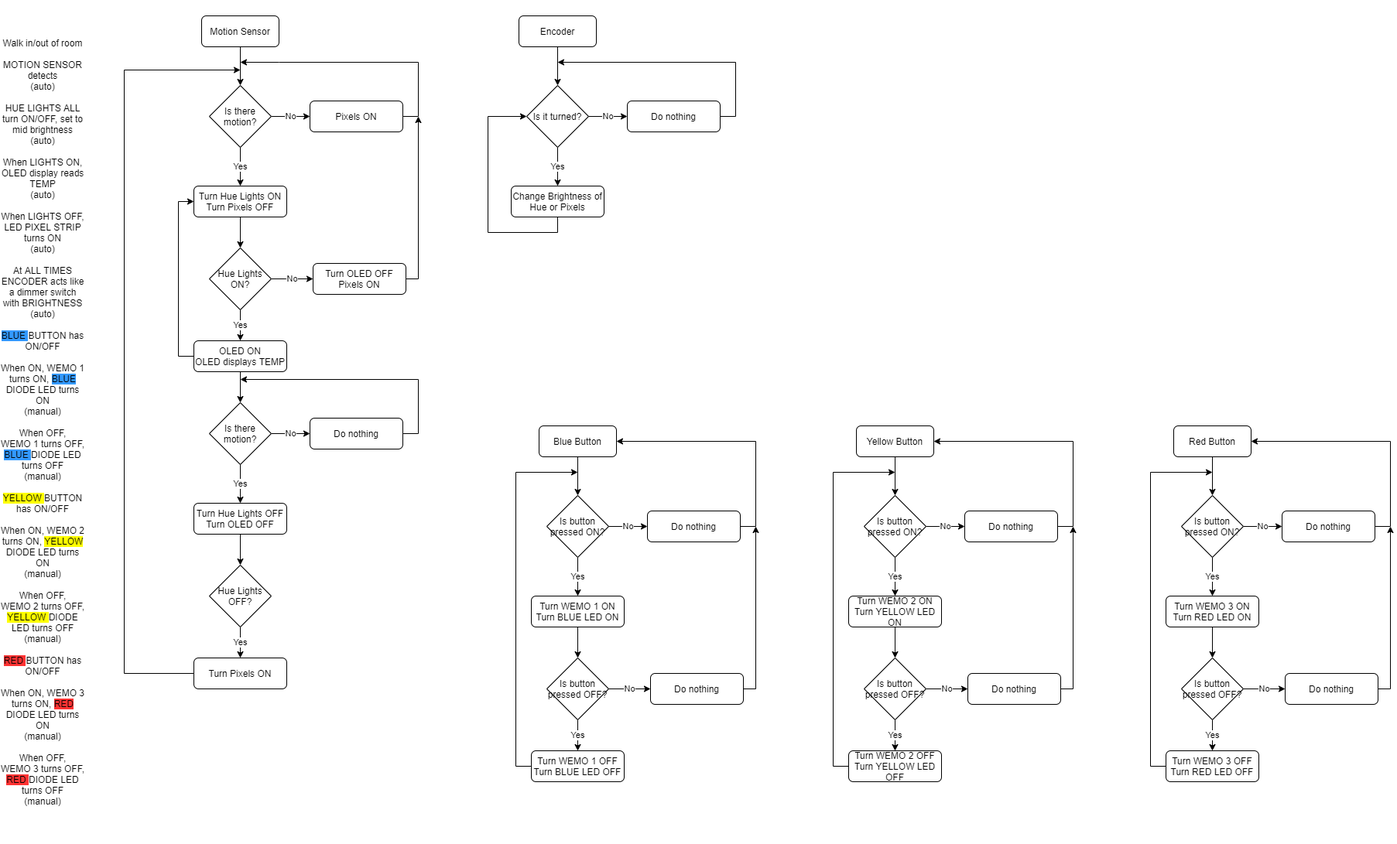
Earlier version of the draw.io export Midterm_Project/Midterm Flowcharts.png (JanelSanchez/Smart-Room-Controller). Source tidied: cells renumbered, new cells last; positions are measured from the earlier drawing's top-left corner, leaving out a move shared by most shapes.
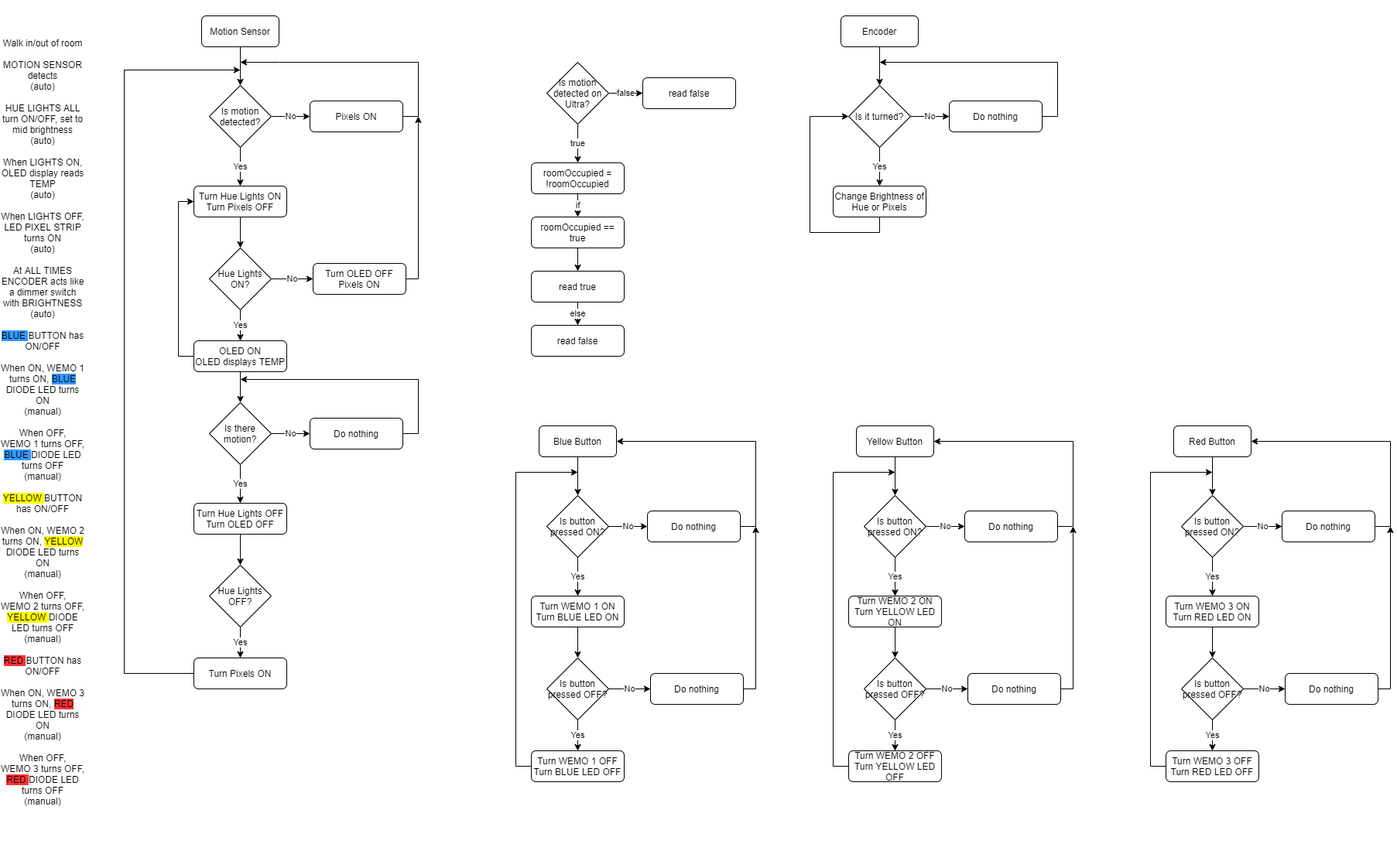
Above is the later version.

Diff of the diagram source:
```diff
@@ -26,7 +26,7 @@
     <mxCell id="9" value="Yes" style="edgeStyle=orthogonalEdgeStyle;rounded=0;jettySize=auto;html=1;exitX=0.5;exitY=1;exitDx=0;exitDy=0;entryX=0.5;entryY=0;entryDx=0;entryDy=0;" parent="1" edge="1" source="10" target="14">
       <mxGeometry relative="1" as="geometry" />
     </mxCell>
-    <mxCell id="10" value="Is there motion?" style="rhombus;whiteSpace=wrap;html=1;" parent="1" vertex="1">
+    <mxCell id="10" value="Is motion detected?" style="rhombus;whiteSpace=wrap;html=1;" parent="1" vertex="1">
       <mxGeometry x="270" y="110" width="80" height="80" as="geometry" />
     </mxCell>
     <mxCell id="11" style="edgeStyle=orthogonalEdgeStyle;rounded=0;jettySize=auto;html=1;exitX=1;exitY=0.5;exitDx=0;exitDy=0;" parent="1" edge="1" source="12">
@@ -256,7 +256,7 @@
       <mxGeometry relative="1" as="geometry" />
     </mxCell>
     <mxCell id="69" value="Encoder" style="rounded=1;whiteSpace=wrap;html=1;" parent="1" vertex="1">
-      <mxGeometry x="670" y="20" width="100" height="40" as="geometry" />
+      <mxGeometry x="1086" y="20" width="100" height="40" as="geometry" />
     </mxCell>
     <mxCell id="70" value="No" style="edgeStyle=orthogonalEdgeStyle;rounded=0;jettySize=auto;html=1;exitX=1;exitY=0.5;exitDx=0;exitDy=0;" parent="1" edge="1" source="72" target="74">
       <mxGeometry relative="1" as="geometry" />
@@ -265,31 +265,31 @@
       <mxGeometry relative="1" as="geometry" />
     </mxCell>
     <mxCell id="72" value="Is it turned?" style="rhombus;whiteSpace=wrap;html=1;" parent="1" vertex="1">
-      <mxGeometry x="680" y="110" width="80" height="80" as="geometry" />
+      <mxGeometry x="1096" y="110" width="80" height="80" as="geometry" />
     </mxCell>
     <mxCell id="73" style="edgeStyle=orthogonalEdgeStyle;rounded=0;jettySize=auto;html=1;exitX=1;exitY=0.5;exitDx=0;exitDy=0;" parent="1" edge="1" source="74">
       <mxGeometry relative="1" as="geometry">
-        <mxPoint x="720" y="80" as="targetPoint" />
+        <mxPoint x="1136" y="80" as="targetPoint" />
         <Array as="points">
-          <mxPoint x="950" y="150" />
-          <mxPoint x="950" y="80" />
+          <mxPoint x="1366" y="150" />
+          <mxPoint x="1366" y="80" />
         </Array>
       </mxGeometry>
     </mxCell>
     <mxCell id="74" value="Do nothing" style="rounded=1;whiteSpace=wrap;html=1;fontSize=12;glass=0;strokeWidth=1;shadow=0;" parent="1" vertex="1">
-      <mxGeometry x="810" y="130" width="120" height="40" as="geometry" />
+      <mxGeometry x="1226" y="130" width="120" height="40" as="geometry" />
     </mxCell>
     <mxCell id="75" style="edgeStyle=orthogonalEdgeStyle;rounded=0;jettySize=auto;html=1;exitX=0.5;exitY=1;exitDx=0;exitDy=0;entryX=0;entryY=0.5;entryDx=0;entryDy=0;" parent="1" edge="1" source="76" target="72">
       <mxGeometry relative="1" as="geometry">
         <Array as="points">
-          <mxPoint x="720" y="300" />
-          <mxPoint x="630" y="300" />
-          <mxPoint x="630" y="150" />
+          <mxPoint x="1136" y="300" />
+          <mxPoint x="1046" y="300" />
+          <mxPoint x="1046" y="150" />
         </Array>
       </mxGeometry>
     </mxCell>
     <mxCell id="76" value="Change Brightness of Hue or Pixels" style="rounded=1;whiteSpace=wrap;html=1;fontSize=12;glass=0;strokeWidth=1;shadow=0;" parent="1" vertex="1">
-      <mxGeometry x="660" y="240" width="120" height="40" as="geometry" />
+      <mxGeometry x="1076" y="240" width="120" height="40" as="geometry" />
     </mxCell>
     <mxCell id="77" value="Yes" style="edgeStyle=orthogonalEdgeStyle;rounded=0;jettySize=auto;html=1;exitX=0.5;exitY=1;exitDx=0;exitDy=0;entryX=0.5;entryY=0;entryDx=0;entryDy=0;" parent="1" edge="1" source="78" target="87">
       <mxGeometry relative="1" as="geometry" />
@@ -336,5 +336,40 @@
     <mxCell id="87" value="Turn Pixels ON" style="rounded=1;whiteSpace=wrap;html=1;fontSize=12;glass=0;strokeWidth=1;shadow=0;" parent="1" vertex="1">
       <mxGeometry x="250" y="850" width="120" height="40" as="geometry" />
     </mxCell>
+    <mxCell id="88" value="false" style="edgeStyle=orthogonalEdgeStyle;rounded=0;jettySize=auto;html=1;exitX=1;exitY=0.5;exitDx=0;exitDy=0;entryX=0;entryY=0.5;entryDx=0;entryDy=0;" parent="1" edge="1" source="89" target="90">
+      <mxGeometry relative="1" as="geometry" />
+    </mxCell>
+    <mxCell id="89" value="Is motion detected on Ultra?" style="rhombus;whiteSpace=wrap;html=1;" parent="1" vertex="1">
+      <mxGeometry x="706" y="80" width="80" height="80" as="geometry" />
+    </mxCell>
+    <mxCell id="90" value="read false" style="rounded=1;whiteSpace=wrap;html=1;fontSize=12;glass=0;strokeWidth=1;shadow=0;" parent="1" vertex="1">
+      <mxGeometry x="830" y="100" width="120" height="40" as="geometry" />
+    </mxCell>
+    <mxCell id="91" value="true" style="edgeStyle=orthogonalEdgeStyle;rounded=0;jettySize=auto;html=1;exitX=0.5;exitY=1;exitDx=0;exitDy=0;entryX=0.5;entryY=0;entryDx=0;entryDy=0;" parent="1" edge="1" target="93">
+      <mxGeometry relative="1" as="geometry">
+        <mxPoint x="746" y="160" as="sourcePoint" />
+      </mxGeometry>
+    </mxCell>
+    <mxCell id="92" value="if" style="edgeStyle=orthogonalEdgeStyle;rounded=0;jettySize=auto;html=1;exitX=0.5;exitY=1;exitDx=0;exitDy=0;entryX=0.5;entryY=0;entryDx=0;entryDy=0;" parent="1" edge="1" source="93" target="95">
+      <mxGeometry relative="1" as="geometry" />
+    </mxCell>
+    <mxCell id="93" value="roomOccupied = !roomOccupied" style="rounded=1;whiteSpace=wrap;html=1;fontSize=12;glass=0;strokeWidth=1;shadow=0;" parent="1" vertex="1">
+      <mxGeometry x="686" y="210" width="120" height="40" as="geometry" />
+    </mxCell>
+    <mxCell id="94" style="edgeStyle=orthogonalEdgeStyle;rounded=0;jettySize=auto;html=1;exitX=0.5;exitY=1;exitDx=0;exitDy=0;entryX=0.5;entryY=0;entryDx=0;entryDy=0;" parent="1" edge="1" source="95" target="97">
+      <mxGeometry relative="1" as="geometry" />
+    </mxCell>
+    <mxCell id="95" value="roomOccupied == true" style="rounded=1;whiteSpace=wrap;html=1;fontSize=12;glass=0;strokeWidth=1;shadow=0;" parent="1" vertex="1">
+      <mxGeometry x="686" y="280" width="120" height="40" as="geometry" />
+    </mxCell>
+    <mxCell id="96" value="else" style="edgeStyle=orthogonalEdgeStyle;rounded=0;jettySize=auto;html=1;exitX=0.5;exitY=1;exitDx=0;exitDy=0;entryX=0.5;entryY=0;entryDx=0;entryDy=0;" parent="1" edge="1" source="97" target="98">
+      <mxGeometry relative="1" as="geometry" />
+    </mxCell>
+    <mxCell id="97" value="read true" style="rounded=1;whiteSpace=wrap;html=1;fontSize=12;glass=0;strokeWidth=1;shadow=0;" parent="1" vertex="1">
+      <mxGeometry x="686" y="350" width="120" height="40" as="geometry" />
+    </mxCell>
+    <mxCell id="98" value="read false" style="rounded=1;whiteSpace=wrap;html=1;fontSize=12;glass=0;strokeWidth=1;shadow=0;" parent="1" vertex="1">
+      <mxGeometry x="686" y="420" width="120" height="40" as="geometry" />
+    </mxCell>
   </root>
 </mxGraphModel>
```
